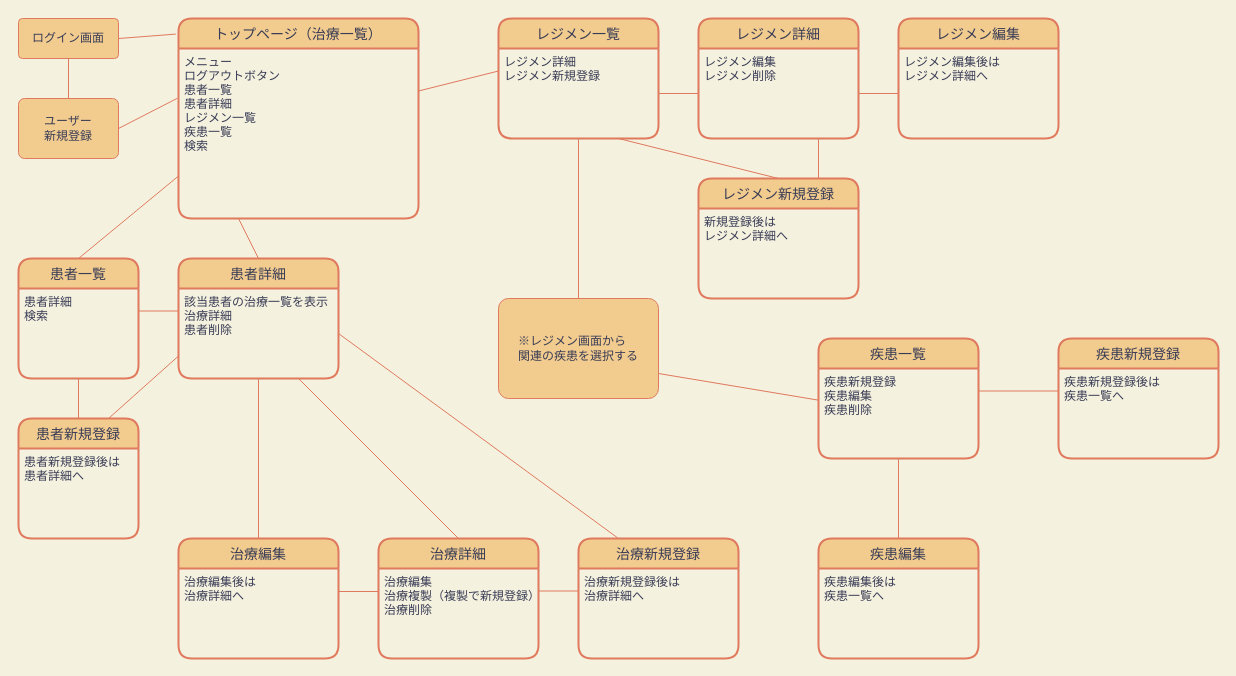
The draw.io diagram 画面遷移図.dio in shibayamasho/chemokan, before the edit. Source tidied: cells renumbered, new cells numbered last; positions are measured from the earlier drawing's top-left corner, leaving out a move shared by most shapes. Both pictures are drawn from the tidied source at 100%, with x=0, y=0 at pixel (18, 18).
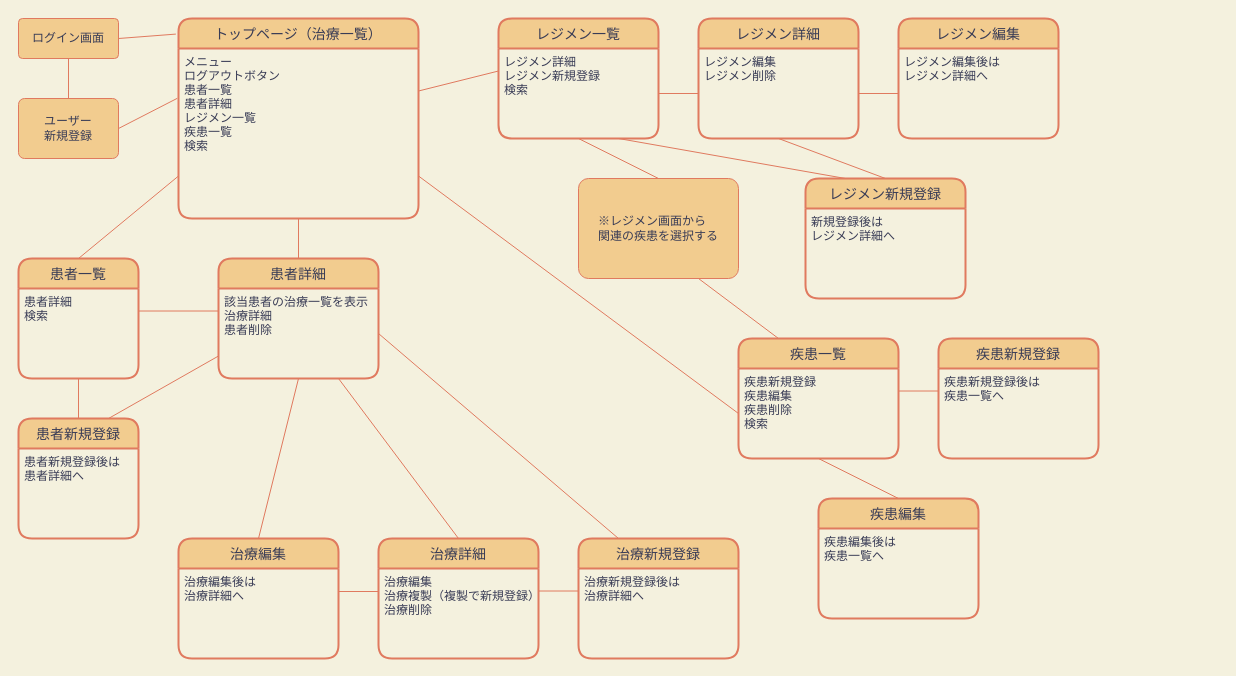
After the change.

Commit message:
Update 画面遷移図.dio

The change refers to these unchanged cells:
```xml
<mxCell id="4" value="メニュー&#10;ログアウトボタン&#10;患者一覧&#10;患者詳細&#10;レジメン一覧&#10;疾患一覧&#10;検索&#10;" style="align=left;strokeColor=none;fillColor=none;spacingLeft=4;fontSize=12;verticalAlign=top;fontColor=#393C56;" parent="3" vertex="1">
  <mxGeometry y="30" width="240" height="170" as="geometry" />
</mxCell>
<mxCell id="16" value="レジメン一覧" style="swimlane;horizontal=1;startSize=30;rounded=1;fontSize=14;fontStyle=0;strokeWidth=2;shadow=0;dashed=0;align=center;fillColor=#F2CC8F;strokeColor=#E07A5F;fontColor=#393C56;" parent="1" vertex="1">
  <mxGeometry x="480" width="160" height="120" as="geometry" />
</mxCell>
<mxCell id="19" value="レジメン編集&#10;レジメン削除" style="align=left;strokeColor=none;fillColor=none;spacingLeft=4;fontSize=12;verticalAlign=top;fontColor=#393C56;" parent="18" vertex="1">
  <mxGeometry y="30" width="160" height="90" as="geometry" />
</mxCell>
```

The edit, as a diff of the source:
```diff
@@
     <mxCell id="11" value="患者詳細" style="swimlane;horizontal=1;startSize=30;rounded=1;fontSize=14;fontStyle=0;strokeWidth=2;shadow=0;dashed=0;align=center;fillColor=#F2CC8F;strokeColor=#E07A5F;fontColor=#393C56;" parent="1" vertex="1">
-      <mxGeometry x="160" y="240" width="160" height="120" as="geometry" />
+      <mxGeometry x="200" y="240" width="160" height="120" as="geometry" />
     </mxCell>
@@
-    <mxCell id="14" style="endArrow=none;html=1;rounded=0;exitX=0.25;exitY=1;exitDx=0;exitDy=0;entryX=0.5;entryY=0;entryDx=0;entryDy=0;labelBackgroundColor=#F4F1DE;strokeColor=#E07A5F;fontColor=#393C56;" parent="1" edge="1" source="4" target="11">
+    <mxCell id="14" style="endArrow=none;html=1;rounded=0;exitX=0.5;exitY=1;exitDx=0;exitDy=0;entryX=0.5;entryY=0;entryDx=0;entryDy=0;labelBackgroundColor=#F4F1DE;strokeColor=#E07A5F;fontColor=#393C56;" parent="1" edge="1" source="4" target="11">
       <mxGeometry relative="1" as="geometry" />
     </mxCell>
@@
-    <mxCell id="17" value="レジメン詳細&#10;レジメン新規登録" style="align=left;strokeColor=none;fillColor=none;spacingLeft=4;fontSize=12;verticalAlign=top;fontColor=#393C56;" parent="16" vertex="1">
+    <mxCell id="17" value="レジメン詳細&#10;レジメン新規登録&#10;検索" style="align=left;strokeColor=none;fillColor=none;spacingLeft=4;fontSize=12;verticalAlign=top;fontColor=#393C56;" parent="16" vertex="1">
       <mxGeometry y="30" width="160" height="90" as="geometry" />
     </mxCell>
@@
     <mxCell id="24" value="レジメン新規登録" style="swimlane;horizontal=1;startSize=30;rounded=1;fontSize=14;fontStyle=0;strokeWidth=2;shadow=0;dashed=0;align=center;fillColor=#F2CC8F;strokeColor=#E07A5F;fontColor=#393C56;" parent="1" vertex="1">
-      <mxGeometry x="680" y="160" width="160" height="120" as="geometry" />
+      <mxGeometry x="787" y="160" width="160" height="120" as="geometry" />
     </mxCell>
@@
-    <mxCell id="26" style="endArrow=none;html=1;rounded=0;exitX=0.75;exitY=0;exitDx=0;exitDy=0;entryX=0.75;entryY=1;entryDx=0;entryDy=0;labelBackgroundColor=#F4F1DE;strokeColor=#E07A5F;fontColor=#393C56;" parent="1" edge="1" source="24" target="19">
+    <mxCell id="26" style="endArrow=none;html=1;rounded=0;exitX=0.5;exitY=0;exitDx=0;exitDy=0;entryX=0.5;entryY=1;entryDx=0;entryDy=0;labelBackgroundColor=#F4F1DE;strokeColor=#E07A5F;fontColor=#393C56;" parent="1" edge="1" source="24" target="19">
       <mxGeometry relative="1" as="geometry" />
     </mxCell>
-    <mxCell id="27" style="endArrow=none;html=1;rounded=0;exitX=0.75;exitY=1;exitDx=0;exitDy=0;entryX=0.5;entryY=0;entryDx=0;entryDy=0;labelBackgroundColor=#F4F1DE;strokeColor=#E07A5F;fontColor=#393C56;" parent="1" edge="1" source="17" target="24">
+    <mxCell id="27" style="endArrow=none;html=1;rounded=0;exitX=0.75;exitY=1;exitDx=0;exitDy=0;entryX=0.25;entryY=0;entryDx=0;entryDy=0;labelBackgroundColor=#F4F1DE;strokeColor=#E07A5F;fontColor=#393C56;" parent="1" edge="1" source="17" target="24">
       <mxGeometry relative="1" as="geometry" />
     </mxCell>
@@
     <mxCell id="42" value="疾患一覧" style="swimlane;horizontal=1;startSize=30;rounded=1;fontSize=14;fontStyle=0;strokeWidth=2;shadow=0;dashed=0;align=center;fillColor=#F2CC8F;strokeColor=#E07A5F;fontColor=#393C56;" parent="1" vertex="1">
-      <mxGeometry x="800" y="320" width="160" height="120" as="geometry" />
+      <mxGeometry x="720" y="320" width="160" height="120" as="geometry" />
     </mxCell>
-    <mxCell id="43" value="疾患新規登録&#10;疾患編集&#10;疾患削除" style="align=left;strokeColor=none;fillColor=none;spacingLeft=4;fontSize=12;verticalAlign=top;fontColor=#393C56;" parent="42" vertex="1">
+    <mxCell id="43" value="疾患新規登録&#10;疾患編集&#10;疾患削除&#10;検索" style="align=left;strokeColor=none;fillColor=none;spacingLeft=4;fontSize=12;verticalAlign=top;fontColor=#393C56;" parent="42" vertex="1">
       <mxGeometry y="30" width="160" height="90" as="geometry" />
     </mxCell>
     <mxCell id="44" value="疾患新規登録" style="swimlane;horizontal=1;startSize=30;rounded=1;fontSize=14;fontStyle=0;strokeWidth=2;shadow=0;dashed=0;align=center;fillColor=#F2CC8F;strokeColor=#E07A5F;fontColor=#393C56;" parent="1" vertex="1">
-      <mxGeometry x="1040" y="320" width="160" height="120" as="geometry" />
+      <mxGeometry x="920" y="320" width="160" height="120" as="geometry" />
     </mxCell>
@@
     <mxCell id="46" value="疾患編集" style="swimlane;horizontal=1;startSize=30;rounded=1;fontSize=14;fontStyle=0;strokeWidth=2;shadow=0;dashed=0;align=center;fillColor=#F2CC8F;strokeColor=#E07A5F;fontColor=#393C56;" parent="1" vertex="1">
-      <mxGeometry x="800" y="520" width="160" height="120" as="geometry" />
+      <mxGeometry x="800" y="480" width="160" height="120" as="geometry" />
     </mxCell>
@@
     <mxCell id="50" value="&lt;div style=&quot;text-align: left&quot;&gt;&lt;span&gt;※レジメン画面から&lt;/span&gt;&lt;/div&gt;&lt;div style=&quot;text-align: left&quot;&gt;&lt;span&gt;関連の疾患を&lt;/span&gt;&lt;span&gt;選択する&lt;/span&gt;&lt;/div&gt;" style="rounded=1;arcSize=10;whiteSpace=wrap;html=1;align=center;sketch=0;strokeColor=#E07A5F;fillColor=#F2CC8F;fontColor=#393C56;" parent="1" vertex="1">
-      <mxGeometry x="480" y="280" width="160" height="100" as="geometry" />
+      <mxGeometry x="560" y="160" width="160" height="100" as="geometry" />
     </mxCell>
-    <mxCell id="51" style="endArrow=none;html=1;rounded=0;strokeColor=#E07A5F;fillColor=#F2CC8F;fontColor=#393C56;exitX=1;exitY=0.75;exitDx=0;exitDy=0;" parent="1" edge="1" source="50" target="43">
+    <mxCell id="51" style="endArrow=none;html=1;rounded=0;strokeColor=#E07A5F;fillColor=#F2CC8F;fontColor=#393C56;exitX=0.75;exitY=1;exitDx=0;exitDy=0;entryX=0.25;entryY=0;entryDx=0;entryDy=0;" parent="1" edge="1" source="50" target="42">
       <mxGeometry relative="1" as="geometry" />
     </mxCell>
@@
+    <mxCell id="55" style="endArrow=none;html=1;rounded=0;strokeColor=#E07A5F;fillColor=#F2CC8F;fontColor=#393C56;exitX=1;exitY=0.75;exitDx=0;exitDy=0;entryX=0;entryY=0.5;entryDx=0;entryDy=0;" parent="1" edge="1" source="4" target="43">
+      <mxGeometry relative="1" as="geometry" />
+    </mxCell>
```
